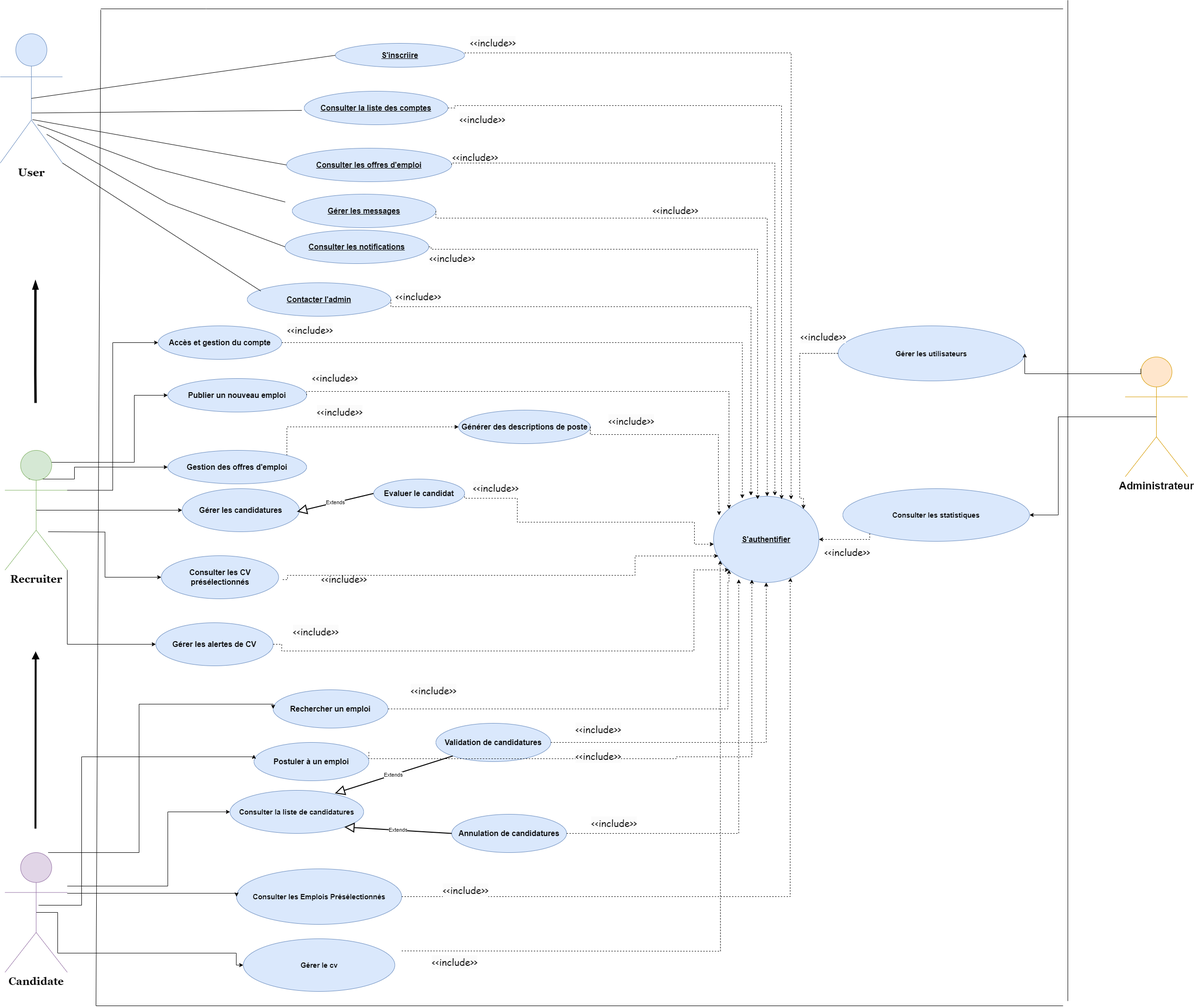
Before: Diagramme cas d'utilisation.drawio.png, a diagram exported from draw.io (chirine1/-project). Source tidied: cells renumbered, new cells last; positions are measured from the earlier drawing's top-left corner, leaving out a move shared by most shapes.
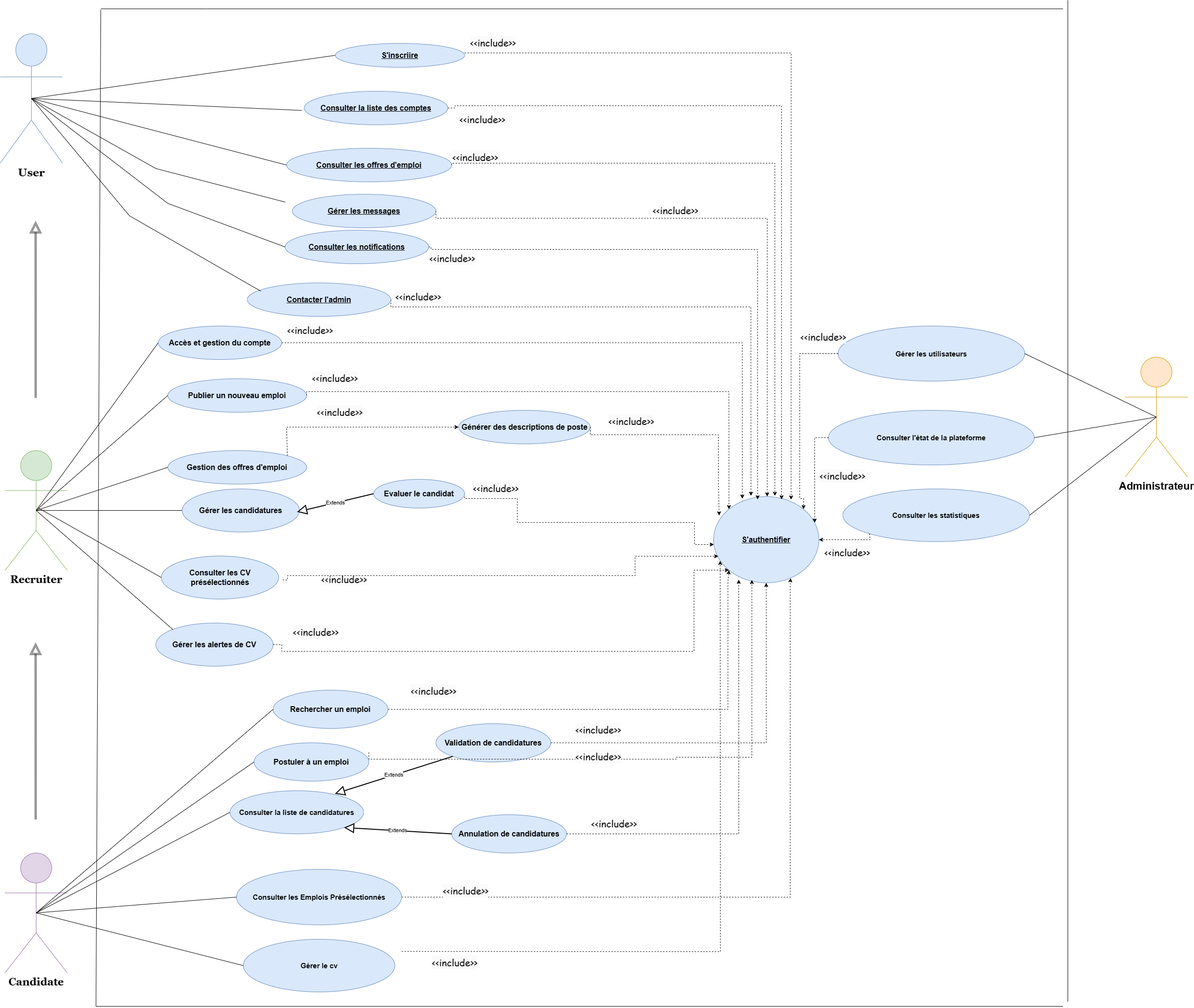
After the commit.

Commit message:
Mettre à jour Diagramme cas d'utilisation.drawio.png

The edit, as a diff of the source:
```diff
@@ -17,35 +17,6 @@
         </Array>
       </mxGeometry>
     </mxCell>
-    <mxCell id="4" style="endArrow=blockThin;html=1;rounded=0;curved=0;endFill=0;strokeWidth=5;" parent="1" edge="1">
-      <mxGeometry relative="1" as="geometry">
-        <mxPoint x="73.8" y="841" as="sourcePoint" />
-        <mxPoint x="73.6" y="585.5" as="targetPoint" />
-        <Array as="points">
-          <mxPoint x="73.3" y="781" />
-        </Array>
-      </mxGeometry>
-    </mxCell>
-    <mxCell id="5" style="edgeStyle=orthogonalEdgeStyle;rounded=0;jettySize=auto;html=1;entryX=0;entryY=0.5;entryDx=0;entryDy=0;" parent="1" edge="1" target="64">
-      <mxGeometry relative="1" as="geometry">
-        <mxPoint x="110" y="1000" as="sourcePoint" />
-        <Array as="points">
-          <mxPoint x="60" y="1000" />
-          <mxPoint x="155" y="1000" />
-          <mxPoint x="155" y="975" />
-        </Array>
-      </mxGeometry>
-    </mxCell>
-    <mxCell id="6" style="edgeStyle=orthogonalEdgeStyle;rounded=0;jettySize=auto;html=1;exitX=0.5;exitY=0.5;exitDx=0;exitDy=0;exitPerimeter=0;entryX=0;entryY=0.5;entryDx=0;entryDy=0;" parent="1" edge="1" source="8" target="13">
-      <mxGeometry relative="1" as="geometry">
-        <Array as="points">
-          <mxPoint x="373" y="1065" />
-        </Array>
-      </mxGeometry>
-    </mxCell>
-    <mxCell id="7" style="edgeStyle=orthogonalEdgeStyle;rounded=0;jettySize=auto;html=1;exitX=1;exitY=0.3333333333333333;exitDx=0;exitDy=0;exitPerimeter=0;entryX=0;entryY=0.5;entryDx=0;entryDy=0;" parent="1" edge="1" source="8" target="11">
-      <mxGeometry relative="1" as="geometry" />
-    </mxCell>
     <mxCell id="8" value="&lt;font size=&quot;1&quot; face=&quot;Georgia&quot;&gt;&lt;b style=&quot;font-size: 22px;&quot;&gt;Recruiter&lt;/b&gt;&lt;/font&gt;" style="shape=umlActor;verticalLabelPosition=bottom;verticalAlign=top;html=1;outlineConnect=0;fillColor=#d5e8d4;strokeColor=#82b366;" parent="1" vertex="1">
       <mxGeometry x="10" y="940" width="130" height="250" as="geometry" />
     </mxCell>
@@ -174,52 +145,12 @@
         <mxPoint x="758" y="1520" as="targetPoint" />
       </mxGeometry>
     </mxCell>
-    <mxCell id="33" style="edgeStyle=orthogonalEdgeStyle;rounded=0;jettySize=auto;html=1;exitX=0.5;exitY=0;exitDx=0;exitDy=0;exitPerimeter=0;entryX=0;entryY=0.5;entryDx=0;entryDy=0;" parent="1" edge="1" target="16">
-      <mxGeometry relative="1" as="geometry">
-        <mxPoint x="100" y="1780" as="sourcePoint" />
-        <Array as="points">
-          <mxPoint x="290" y="1780" />
-          <mxPoint x="290" y="1470" />
-        </Array>
-      </mxGeometry>
-    </mxCell>
-    <mxCell id="34" style="edgeStyle=orthogonalEdgeStyle;rounded=0;jettySize=auto;html=1;" parent="1" edge="1" source="38" target="14">
-      <mxGeometry relative="1" as="geometry">
-        <Array as="points">
-          <mxPoint x="350" y="1850" />
-          <mxPoint x="350" y="1695" />
-        </Array>
-      </mxGeometry>
-    </mxCell>
-    <mxCell id="35" style="edgeStyle=orthogonalEdgeStyle;rounded=0;jettySize=auto;html=1;entryX=0;entryY=0.5;entryDx=0;entryDy=0;" parent="1" edge="1" source="38" target="21">
-      <mxGeometry relative="1" as="geometry">
-        <Array as="points">
-          <mxPoint x="494" y="1865" />
-        </Array>
-      </mxGeometry>
-    </mxCell>
     <mxCell id="36" value="&lt;span style=&quot;color: rgb(0, 0, 0); font-style: normal; font-variant-ligatures: normal; font-variant-caps: normal; font-weight: 400; letter-spacing: normal; orphans: 2; text-indent: 0px; text-transform: none; widows: 2; word-spacing: 0px; -webkit-text-stroke-width: 0px; background-color: rgb(251, 251, 251); text-decoration-thickness: initial; text-decoration-style: initial; text-decoration-color: initial; float: none; display: inline !important;&quot;&gt;&lt;font style=&quot;font-size: 20px;&quot; face=&quot;Comic Sans MS&quot;&gt;&amp;lt;&amp;lt;include&amp;gt;&amp;gt;&lt;/font&gt;&lt;/span&gt;" style="text;whiteSpace=wrap;html=1;align=center;" parent="1" vertex="1">
       <mxGeometry x="1346" y="420" width="130" height="40" as="geometry" />
     </mxCell>
-    <mxCell id="37" style="edgeStyle=orthogonalEdgeStyle;rounded=0;jettySize=auto;html=1;exitX=0.5;exitY=0.5;exitDx=0;exitDy=0;exitPerimeter=0;entryX=0;entryY=0.5;entryDx=0;entryDy=0;" parent="1" edge="1" source="38" target="20">
-      <mxGeometry relative="1" as="geometry">
-        <Array as="points">
-          <mxPoint x="120" y="1905" />
-          <mxPoint x="120" y="1990" />
-          <mxPoint x="493" y="1990" />
-          <mxPoint x="493" y="2015" />
-        </Array>
-      </mxGeometry>
-    </mxCell>
     <mxCell id="38" value="&lt;font face=&quot;Georgia&quot;&gt;&lt;span style=&quot;font-size: 22px;&quot;&gt;&lt;b&gt;Candidate&lt;/b&gt;&lt;/span&gt;&lt;/font&gt;" style="shape=umlActor;verticalLabelPosition=bottom;verticalAlign=top;html=1;outlineConnect=0;fillColor=#e1d5e7;strokeColor=#9673a6;" parent="1" vertex="1">
       <mxGeometry x="10" y="1780" width="130" height="250" as="geometry" />
     </mxCell>
-    <mxCell id="39" style="endArrow=block;html=1;rounded=0;endFill=1;strokeWidth=4;" parent="1" edge="1">
-      <mxGeometry relative="1" as="geometry">
-        <mxPoint x="73.6" y="1730" as="sourcePoint" />
-        <mxPoint x="74" y="1360" as="targetPoint" />
-      </mxGeometry>
-    </mxCell>
     <mxCell id="40" value="&lt;span style=&quot;color: rgb(0, 0, 0); font-family: &amp;quot;Comic Sans MS&amp;quot;; font-size: 20px; font-style: normal; font-variant-ligatures: normal; font-variant-caps: normal; font-weight: 400; letter-spacing: normal; orphans: 2; text-align: center; text-indent: 0px; text-transform: none; widows: 2; word-spacing: 0px; -webkit-text-stroke-width: 0px; background-color: rgb(251, 251, 251); text-decoration-thickness: initial; text-decoration-style: initial; text-decoration-color: initial; float: none; display: inline !important;&quot;&gt;&amp;lt;&amp;lt;include&amp;gt;&amp;gt;&lt;/span&gt;" style="text;whiteSpace=wrap;html=1;" parent="1" vertex="1">
       <mxGeometry x="980" y="70" width="130" height="50" as="geometry" />
     </mxCell>
@@ -300,35 +231,9 @@
     <mxCell id="65" value="&lt;b&gt;&lt;font style=&quot;font-size: 16px;&quot;&gt;Postuler à un emploi&lt;/font&gt;&lt;/b&gt;" style="ellipse;whiteSpace=wrap;html=1;fillColor=#dae8fc;strokeColor=#6c8ebf;" parent="1" vertex="1">
       <mxGeometry x="530" y="1550" width="240" height="80" as="geometry" />
     </mxCell>
-    <mxCell id="66" style="edgeStyle=orthogonalEdgeStyle;rounded=0;jettySize=auto;html=1;entryX=-0.001;entryY=0.321;entryDx=0;entryDy=0;entryPerimeter=0;" parent="1" edge="1" target="65">
-      <mxGeometry relative="1" as="geometry">
-        <mxPoint x="80" y="1890" as="sourcePoint" />
-        <Array as="points">
-          <mxPoint x="170" y="1890" />
-          <mxPoint x="170" y="1580" />
-          <mxPoint x="530" y="1580" />
-        </Array>
-      </mxGeometry>
-    </mxCell>
     <mxCell id="67" value="&lt;b&gt;&lt;font style=&quot;font-size: 15px;&quot;&gt;Consulter les statistiques&lt;/font&gt;&lt;/b&gt;" style="ellipse;whiteSpace=wrap;html=1;align=center;fillColor=#dae8fc;strokeColor=#6c8ebf;" parent="1" vertex="1">
       <mxGeometry x="1760" y="1020" width="390" height="110" as="geometry" />
     </mxCell>
-    <mxCell id="68" style="edgeStyle=orthogonalEdgeStyle;rounded=0;jettySize=auto;html=1;exitX=0.25;exitY=0.1;exitDx=0;exitDy=0;exitPerimeter=0;entryX=1;entryY=0.5;entryDx=0;entryDy=0;" parent="1" edge="1" source="27" target="17">
-      <mxGeometry relative="1" as="geometry">
-        <Array as="points">
-          <mxPoint x="2382" y="780" />
-          <mxPoint x="2140" y="780" />
-        </Array>
-      </mxGeometry>
-    </mxCell>
-    <mxCell id="69" style="edgeStyle=orthogonalEdgeStyle;rounded=0;jettySize=auto;html=1;exitX=0.5;exitY=0.5;exitDx=0;exitDy=0;exitPerimeter=0;entryX=1;entryY=0.5;entryDx=0;entryDy=0;" parent="1" edge="1" source="27" target="67">
-      <mxGeometry relative="1" as="geometry">
-        <Array as="points">
-          <mxPoint x="2210" y="870" />
-          <mxPoint x="2210" y="1075" />
-        </Array>
-      </mxGeometry>
-    </mxCell>
     <mxCell id="70" style="edgeStyle=orthogonalEdgeStyle;rounded=0;orthogonalLoop=1;jettySize=auto;html=1;dashed=1;exitX=1;exitY=0.5;exitDx=0;exitDy=0;" parent="1" edge="1">
       <mxGeometry relative="1" as="geometry">
         <mxPoint x="770" y="1570" as="sourcePoint" />
@@ -341,22 +246,6 @@
         </Array>
       </mxGeometry>
     </mxCell>
-    <mxCell id="71" style="edgeStyle=orthogonalEdgeStyle;rounded=0;jettySize=auto;html=1;entryX=0;entryY=0.5;entryDx=0;entryDy=0;" parent="1" edge="1" target="55">
-      <mxGeometry relative="1" as="geometry">
-        <mxPoint x="100" y="1110" as="sourcePoint" />
-      </mxGeometry>
-    </mxCell>
-    <mxCell id="72" style="edgeStyle=orthogonalEdgeStyle;rounded=0;jettySize=auto;html=1;exitX=0.75;exitY=0.1;exitDx=0;exitDy=0;exitPerimeter=0;entryX=0;entryY=0.5;entryDx=0;entryDy=0;" parent="1" edge="1" source="8" target="22">
-      <mxGeometry relative="1" as="geometry">
-        <Array as="points">
-          <mxPoint x="280" y="965" />
-          <mxPoint x="280" y="825" />
-        </Array>
-      </mxGeometry>
-    </mxCell>
-    <mxCell id="73" style="edgeStyle=orthogonalEdgeStyle;rounded=0;jettySize=auto;html=1;exitX=1;exitY=1;exitDx=0;exitDy=0;exitPerimeter=0;entryX=0;entryY=0.5;entryDx=0;entryDy=0;" parent="1" edge="1" source="8" target="56">
-      <mxGeometry relative="1" as="geometry" />
-    </mxCell>
     <mxCell id="74" style="edgeStyle=orthogonalEdgeStyle;rounded=0;jettySize=auto;html=1;dashed=1;entryX=0.045;entryY=0.692;entryDx=0;entryDy=0;entryPerimeter=0;" parent="1" edge="1" target="23">
       <mxGeometry relative="1" as="geometry">
         <mxPoint x="590" y="1210" as="sourcePoint" />
@@ -487,36 +376,103 @@
     <mxCell id="96" value="&lt;span style=&quot;color: rgb(0, 0, 0); font-family: &amp;quot;Comic Sans MS&amp;quot;; font-size: 20px; font-style: normal; font-variant-ligatures: normal; font-variant-caps: normal; font-weight: 400; letter-spacing: normal; orphans: 2; text-align: center; text-indent: 0px; text-transform: none; widows: 2; word-spacing: 0px; -webkit-text-stroke-width: 0px; background-color: rgb(251, 251, 251); text-decoration-thickness: initial; text-decoration-style: initial; text-decoration-color: initial; float: none; display: inline !important;&quot;&gt;&amp;lt;&amp;lt;include&amp;gt;&amp;gt;&lt;/span&gt;" style="text;whiteSpace=wrap;html=1;" parent="1" vertex="1">
       <mxGeometry x="1200" y="1560" width="130" height="50" as="geometry" />
     </mxCell>
-    <mxCell id="97" style="endArrow=none;html=1;rounded=0;exitX=0.5;exitY=0.5;exitDx=0;exitDy=0;exitPerimeter=0;entryX=0;entryY=0.5;entryDx=0;entryDy=0;" parent="1" edge="1" source="9" target="24">
+    <mxCell id="97" style="endArrow=none;html=1;rounded=0;entryX=0;entryY=0.5;entryDx=0;entryDy=0;exitX=0.5;exitY=0.5;exitDx=0;exitDy=0;exitPerimeter=0;" parent="1" edge="1" source="9" target="24">
       <mxGeometry relative="1" as="geometry" />
     </mxCell>
-    <mxCell id="98" style="endArrow=none;html=1;rounded=0;exitX=0.506;exitY=0.613;exitDx=0;exitDy=0;exitPerimeter=0;" parent="1" edge="1" source="9">
+    <mxCell id="98" style="endArrow=none;html=1;rounded=0;exitX=0.5;exitY=0.5;exitDx=0;exitDy=0;exitPerimeter=0;" parent="1" edge="1" source="9">
       <mxGeometry relative="1" as="geometry">
         <mxPoint x="630" y="230" as="targetPoint" />
       </mxGeometry>
     </mxCell>
-    <mxCell id="99" style="endArrow=none;html=1;rounded=0;exitX=0.518;exitY=0.664;exitDx=0;exitDy=0;exitPerimeter=0;entryX=0;entryY=0.5;entryDx=0;entryDy=0;" parent="1" edge="1" source="9" target="51">
+    <mxCell id="99" style="endArrow=none;html=1;rounded=0;exitX=0.5;exitY=0.5;exitDx=0;exitDy=0;exitPerimeter=0;entryX=0;entryY=0.5;entryDx=0;entryDy=0;" parent="1" edge="1" source="9" target="51">
       <mxGeometry relative="1" as="geometry" />
     </mxCell>
-    <mxCell id="100" style="endArrow=none;html=1;rounded=0;exitX=0.518;exitY=0.664;exitDx=0;exitDy=0;exitPerimeter=0;entryX=0;entryY=0.5;entryDx=0;entryDy=0;" parent="1" edge="1" target="53">
+    <mxCell id="100" style="endArrow=none;html=1;rounded=0;exitX=0.5;exitY=0.5;exitDx=0;exitDy=0;exitPerimeter=0;entryX=0;entryY=0.5;entryDx=0;entryDy=0;" parent="1" edge="1" source="9" target="53">
       <mxGeometry relative="1" as="geometry">
-        <mxPoint x="97" y="280" as="sourcePoint" />
         <Array as="points">
           <mxPoint x="350" y="424" />
         </Array>
       </mxGeometry>
     </mxCell>
-    <mxCell id="101" style="endArrow=none;html=1;rounded=0;entryX=0;entryY=0.5;entryDx=0;entryDy=0;exitX=0.715;exitY=0.773;exitDx=0;exitDy=0;exitPerimeter=0;" parent="1" edge="1">
+    <mxCell id="101" style="endArrow=none;html=1;rounded=0;entryX=0;entryY=0.5;entryDx=0;entryDy=0;exitX=0.5;exitY=0.5;exitDx=0;exitDy=0;exitPerimeter=0;" parent="1" edge="1" source="9">
       <mxGeometry relative="1" as="geometry">
-        <mxPoint x="77.9" y="260" as="sourcePoint" />
         <mxPoint x="595" y="421.3" as="targetPoint" />
         <Array as="points">
           <mxPoint x="325" y="351.3" />
         </Array>
       </mxGeometry>
     </mxCell>
-    <mxCell id="102" style="endArrow=none;html=1;rounded=0;entryX=0.094;entryY=0.246;entryDx=0;entryDy=0;entryPerimeter=0;exitX=1;exitY=1;exitDx=0;exitDy=0;exitPerimeter=0;" parent="1" edge="1" source="9" target="54">
-      <mxGeometry relative="1" as="geometry" />
+    <mxCell id="102" style="endArrow=none;html=1;rounded=0;entryX=0.094;entryY=0.246;entryDx=0;entryDy=0;entryPerimeter=0;exitX=0.5;exitY=0.5;exitDx=0;exitDy=0;exitPerimeter=0;" parent="1" edge="1" source="9" target="54">
+      <mxGeometry relative="1" as="geometry">
+        <Array as="points">
+          <mxPoint x="270" y="450" />
+        </Array>
+      </mxGeometry>
     </mxCell>
+    <mxCell id="103" style="endArrow=none;html=1;rounded=0;entryX=0;entryY=0.5;entryDx=0;entryDy=0;" parent="1" edge="1" target="55">
+      <mxGeometry relative="1" as="geometry">
+        <mxPoint x="80" y="1060" as="sourcePoint" />
+      </mxGeometry>
+    </mxCell>
+    <mxCell id="72" style="endArrow=none;html=1;rounded=0;entryX=0;entryY=0.5;entryDx=0;entryDy=0;exitX=0.5;exitY=0.5;exitDx=0;exitDy=0;exitPerimeter=0;" parent="1" edge="1" source="8" target="22">
+      <mxGeometry relative="1" as="geometry" />
+    </mxCell>
+    <mxCell id="104" style="endArrow=none;html=1;rounded=0;entryX=0;entryY=0.5;entryDx=0;entryDy=0;exitX=0.5;exitY=0.5;exitDx=0;exitDy=0;exitPerimeter=0;" parent="1" edge="1" source="8" target="64">
+      <mxGeometry relative="1" as="geometry" />
+    </mxCell>
+    <mxCell id="6" style="endArrow=none;html=1;rounded=0;entryX=0;entryY=0.5;entryDx=0;entryDy=0;exitX=0.5;exitY=0.5;exitDx=0;exitDy=0;exitPerimeter=0;" parent="1" edge="1" source="8" target="13">
+      <mxGeometry relative="1" as="geometry" />
+    </mxCell>
+    <mxCell id="73" style="endArrow=none;html=1;rounded=0;entryX=0;entryY=0;entryDx=0;entryDy=0;exitX=0.5;exitY=0.5;exitDx=0;exitDy=0;exitPerimeter=0;" parent="1" edge="1" source="8" target="56">
+      <mxGeometry relative="1" as="geometry" />
+    </mxCell>
+    <mxCell id="7" style="endArrow=none;html=1;rounded=0;entryX=0;entryY=0.5;entryDx=0;entryDy=0;exitX=0.5;exitY=0.5;exitDx=0;exitDy=0;exitPerimeter=0;" parent="1" edge="1" source="8" target="11">
+      <mxGeometry relative="1" as="geometry" />
+    </mxCell>
+    <mxCell id="37" style="endArrow=none;html=1;rounded=0;entryX=0;entryY=0.5;entryDx=0;entryDy=0;exitX=0.5;exitY=0.5;exitDx=0;exitDy=0;exitPerimeter=0;" parent="1" edge="1" source="38" target="20">
+      <mxGeometry relative="1" as="geometry" />
+    </mxCell>
+    <mxCell id="35" style="endArrow=none;html=1;rounded=0;entryX=0;entryY=0.5;entryDx=0;entryDy=0;exitX=0.5;exitY=0.5;exitDx=0;exitDy=0;exitPerimeter=0;" parent="1" edge="1" source="38" target="21">
+      <mxGeometry relative="1" as="geometry" />
+    </mxCell>
+    <mxCell id="34" style="endArrow=none;html=1;rounded=0;entryX=0;entryY=0.5;entryDx=0;entryDy=0;exitX=0.5;exitY=0.5;exitDx=0;exitDy=0;exitPerimeter=0;" parent="1" edge="1" source="38" target="14">
+      <mxGeometry relative="1" as="geometry" />
+    </mxCell>
+    <mxCell id="105" style="endArrow=none;html=1;rounded=0;entryX=0;entryY=0.5;entryDx=0;entryDy=0;exitX=0.5;exitY=0.5;exitDx=0;exitDy=0;exitPerimeter=0;" parent="1" edge="1" source="38" target="65">
+      <mxGeometry relative="1" as="geometry" />
+    </mxCell>
+    <mxCell id="106" style="endArrow=none;html=1;rounded=0;entryX=0;entryY=0.5;entryDx=0;entryDy=0;exitX=0.5;exitY=0.5;exitDx=0;exitDy=0;exitPerimeter=0;" parent="1" edge="1" source="38" target="16">
+      <mxGeometry relative="1" as="geometry" />
+    </mxCell>
+    <mxCell id="107" style="endArrow=block;html=1;rounded=0;endFill=0;strokeWidth=5;opacity=40;sourcePerimeterSpacing=0;targetPerimeterSpacing=0;jumpSize=6;strokeColor=default;curved=0;endSize=14;startSize=14;" parent="1" edge="1">
+      <mxGeometry relative="1" as="geometry">
+        <mxPoint x="74" y="830" as="sourcePoint" />
+        <mxPoint x="73.9" y="460" as="targetPoint" />
+      </mxGeometry>
+    </mxCell>
+    <mxCell id="108" style="endArrow=block;html=1;rounded=0;endFill=0;strokeWidth=5;opacity=40;sourcePerimeterSpacing=0;targetPerimeterSpacing=0;jumpSize=6;strokeColor=default;curved=0;endSize=14;startSize=14;" parent="1" edge="1">
+      <mxGeometry relative="1" as="geometry">
+        <mxPoint x="74" y="1710" as="sourcePoint" />
+        <mxPoint x="73.9" y="1340" as="targetPoint" />
+      </mxGeometry>
+    </mxCell>
+    <mxCell id="109" style="endArrow=none;html=1;rounded=0;entryX=0.5;entryY=0.5;entryDx=0;entryDy=0;exitX=1;exitY=0.5;exitDx=0;exitDy=0;entryPerimeter=0;" parent="1" edge="1" source="67" target="27">
+      <mxGeometry relative="1" as="geometry" />
+    </mxCell>
+    <mxCell id="110" style="endArrow=none;html=1;rounded=0;entryX=0.5;entryY=0.5;entryDx=0;entryDy=0;exitX=1;exitY=0.5;exitDx=0;exitDy=0;entryPerimeter=0;" parent="1" edge="1" source="17" target="27">
+      <mxGeometry relative="1" as="geometry" />
+    </mxCell>
+    <mxCell id="111" value="&lt;b&gt;&lt;font style=&quot;font-size: 15px;&quot;&gt;Consulter l'état de la plateforme&lt;/font&gt;&lt;/b&gt;" style="ellipse;whiteSpace=wrap;html=1;align=center;fillColor=#dae8fc;strokeColor=#6c8ebf;" parent="1" vertex="1">
+      <mxGeometry x="1730" y="856" width="430" height="114" as="geometry" />
+    </mxCell>
+    <mxCell id="112" style="endArrow=none;html=1;rounded=0;exitX=1;exitY=0.5;exitDx=0;exitDy=0;entryX=0.5;entryY=0.5;entryDx=0;entryDy=0;entryPerimeter=0;" parent="1" edge="1" source="111" target="27">
+      <mxGeometry relative="1" as="geometry" />
+    </mxCell>
+    <mxCell id="113" style="edgeStyle=orthogonalEdgeStyle;rounded=0;jettySize=auto;html=1;exitX=0;exitY=0.5;exitDx=0;exitDy=0;entryX=0.96;entryY=0.303;entryDx=0;entryDy=0;entryPerimeter=0;dashed=1;" parent="1" edge="1" source="111" target="23">
+      <mxGeometry relative="1" as="geometry" />
+    </mxCell>
+    <mxCell id="114" value="&#10;&lt;span style=&quot;color: rgb(0, 0, 0); font-family: &amp;quot;Comic Sans MS&amp;quot;; font-size: 20px; font-style: normal; font-variant-ligatures: normal; font-variant-caps: normal; font-weight: 400; letter-spacing: normal; orphans: 2; text-align: center; text-indent: 0px; text-transform: none; widows: 2; word-spacing: 0px; -webkit-text-stroke-width: 0px; background-color: rgb(251, 251, 251); text-decoration-thickness: initial; text-decoration-style: initial; text-decoration-color: initial; float: none; display: inline !important;&quot;&gt;&amp;lt;&amp;lt;include&amp;gt;&amp;gt;&lt;/span&gt;&#10;&#10;" style="text;whiteSpace=wrap;html=1;" parent="1" vertex="1">
+      <mxGeometry x="1710" y="960" width="110" height="50" as="geometry" />
+    </mxCell>
   </root>
 </mxGraphModel>
```
